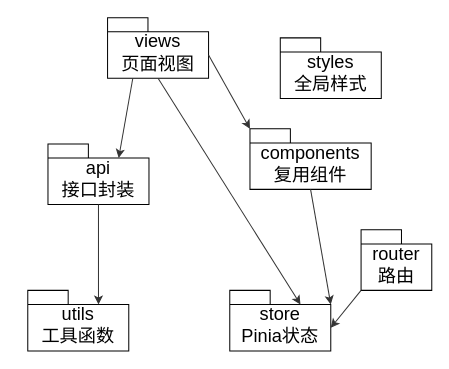
Above: docs/draw/02-frontend-package.drawio in this1is1i/ACSR (draw.io), before the change. Source tidied: cells renumbered, new cells numbered last; positions are measured from the earlier drawing's top-left corner, leaving out a move shared by most shapes. Both pictures are drawn from the tidied source at 101%, with x=0, y=0 at pixel (27, 17).
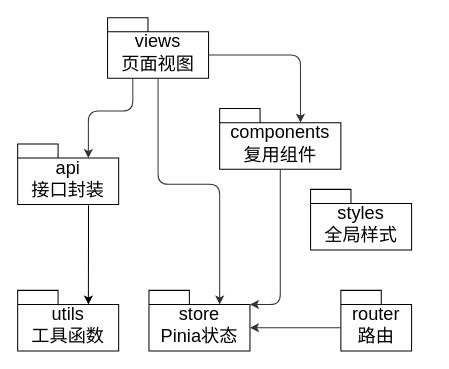
Above is the later version.

Commit message (it also covers changes not shown here):
docs: simplify Q45 package diagrams to local code modules only

Remove external libraries, show only local package dependencies:
- Frontend: views→components, views→api, api→utils, utils↔utils
- Backend: controller→service→repository→entity, service→client/graph
- Python: api→services→recommender/features, agent→models, env→data

Change to the diagram source:
```diff
@@
 <mxGraphModel>
   <root>
     <mxCell id="0" />
     <mxCell id="1" parent="0" />
     <mxCell id="2" value="views&lt;div&gt;页面视图&lt;/div&gt;" style="shape=folder;fontStyle=0;spacingTop=10;tabWidth=40;tabHeight=14;tabPosition=left;html=1;whiteSpace=wrap;fontSize=18;" parent="1" vertex="1">
       <mxGeometry x="79" width="100" height="60" as="geometry" />
     </mxCell>
     <mxCell id="3" value="components&lt;div&gt;复用组件&lt;/div&gt;" style="shape=folder;fontStyle=0;spacingTop=10;tabWidth=40;tabHeight=14;tabPosition=left;html=1;whiteSpace=wrap;fontSize=18;" parent="1" vertex="1">
-      <mxGeometry x="220" y="110" width="120" height="60" as="geometry" />
+      <mxGeometry x="190" y="90" width="120" height="60" as="geometry" />
     </mxCell>
     <mxCell id="4" value="router&lt;div&gt;路由&lt;/div&gt;" style="shape=folder;fontStyle=0;spacingTop=10;tabWidth=40;tabHeight=14;tabPosition=left;html=1;whiteSpace=wrap;fontSize=18;" parent="1" vertex="1">
-      <mxGeometry x="330" y="210" width="70" height="60" as="geometry" />
+      <mxGeometry x="310" y="270" width="70" height="60" as="geometry" />
     </mxCell>
     <mxCell id="5" value="store&lt;div&gt;Pinia状态&lt;/div&gt;" style="shape=folder;fontStyle=0;spacingTop=10;tabWidth=40;tabHeight=14;tabPosition=left;html=1;whiteSpace=wrap;fontSize=18;" parent="1" vertex="1">
-      <mxGeometry x="200" y="270" width="100" height="60" as="geometry" />
+      <mxGeometry x="120" y="270" width="100" height="60" as="geometry" />
     </mxCell>
     <mxCell id="6" value="api&lt;div&gt;接口封装&lt;/div&gt;" style="shape=folder;fontStyle=0;spacingTop=10;tabWidth=40;tabHeight=14;tabPosition=left;html=1;whiteSpace=wrap;fontSize=18;" parent="1" vertex="1">
-      <mxGeometry x="20" y="125" width="100" height="60" as="geometry" />
+      <mxGeometry x="-10" y="125" width="100" height="60" as="geometry" />
     </mxCell>
     <mxCell id="7" value="utils&lt;div&gt;工具函数&lt;/div&gt;" style="shape=folder;fontStyle=0;spacingTop=10;tabWidth=40;tabHeight=14;tabPosition=left;html=1;whiteSpace=wrap;fontSize=18;" parent="1" vertex="1">
-      <mxGeometry y="270" width="100" height="60" as="geometry" />
+      <mxGeometry x="-10" y="270" width="100" height="60" as="geometry" />
     </mxCell>
     <mxCell id="8" value="styles&lt;div&gt;全局样式&lt;/div&gt;" style="shape=folder;fontStyle=0;spacingTop=10;tabWidth=40;tabHeight=14;tabPosition=left;html=1;whiteSpace=wrap;fontSize=18;" parent="1" vertex="1">
-      <mxGeometry x="250" y="20" width="100" height="60" as="geometry" />
+      <mxGeometry x="280" y="170" width="100" height="60" as="geometry" />
     </mxCell>
-    <mxCell id="9" style="edgeStyle=orthogonalEdgeStyle;rounded=1;jettySize=auto;html=1;strokeColor=#333333;fontSize=18;exitX=0;exitY=0;exitDx=100;exitDy=37;exitPerimeter=0;noEdgeStyle=1;entryX=0;entryY=0;entryDx=0;entryDy=0;entryPerimeter=0;fontStyle=0;" parent="1" edge="1" source="2" target="3">
-      <mxGeometry relative="1" as="geometry" />
+    <mxCell id="9" style="edgeStyle=orthogonalEdgeStyle;rounded=1;jettySize=auto;html=1;strokeColor=#333333;fontSize=18;exitX=0;exitY=0;exitDx=100;exitDy=37;exitPerimeter=0;fontStyle=0;entryX=0;entryY=0;entryDx=80;entryDy=14;entryPerimeter=0;" parent="1" edge="1" source="2" target="3">
+      <mxGeometry relative="1" as="geometry">
+        <Array as="points">
+          <mxPoint x="270" y="37" />
+        </Array>
+      </mxGeometry>
     </mxCell>
-    <mxCell id="10" style="edgeStyle=orthogonalEdgeStyle;rounded=1;jettySize=auto;html=1;strokeColor=#333333;fontSize=18;exitX=0.25;exitY=1;exitDx=0;exitDy=0;exitPerimeter=0;noEdgeStyle=1;entryX=0;entryY=0;entryDx=70;entryDy=14;entryPerimeter=0;fontStyle=0;" parent="1" edge="1" source="2" target="6">
+    <mxCell id="10" style="edgeStyle=orthogonalEdgeStyle;rounded=1;jettySize=auto;html=1;strokeColor=#333333;fontSize=18;exitX=0.25;exitY=1;exitDx=0;exitDy=0;exitPerimeter=0;entryX=0;entryY=0;entryDx=70;entryDy=14;entryPerimeter=0;fontStyle=0;" parent="1" edge="1" source="2" target="6">
       <mxGeometry relative="1" as="geometry" />
     </mxCell>
-    <mxCell id="11" style="edgeStyle=orthogonalEdgeStyle;rounded=1;jettySize=auto;html=1;strokeColor=#333333;fontSize=18;exitX=0.5;exitY=1;exitDx=0;exitDy=0;exitPerimeter=0;entryX=0;entryY=0;entryDx=70;entryDy=14;entryPerimeter=0;noEdgeStyle=1;fontStyle=0;" parent="1" edge="1" source="2" target="5">
+    <mxCell id="11" style="edgeStyle=orthogonalEdgeStyle;rounded=1;jettySize=auto;html=1;strokeColor=#333333;fontSize=18;exitX=0.5;exitY=1;exitDx=0;exitDy=0;exitPerimeter=0;entryX=0;entryY=0;entryDx=70;entryDy=14;entryPerimeter=0;fontStyle=0;" parent="1" edge="1" source="2" target="5">
       <mxGeometry relative="1" as="geometry" />
     </mxCell>
-    <mxCell id="12" style="edgeStyle=orthogonalEdgeStyle;rounded=1;jettySize=auto;html=1;strokeColor=#333333;fontSize=18;exitX=0.5;exitY=1;exitDx=0;exitDy=0;exitPerimeter=0;entryX=0;entryY=0;entryDx=100;entryDy=14;entryPerimeter=0;noEdgeStyle=1;fontStyle=0;" parent="1" edge="1" source="3" target="5">
+    <mxCell id="12" style="edgeStyle=orthogonalEdgeStyle;rounded=1;jettySize=auto;html=1;strokeColor=#333333;fontSize=18;exitX=0.5;exitY=1;exitDx=0;exitDy=0;exitPerimeter=0;entryX=0;entryY=0;entryDx=100;entryDy=14;entryPerimeter=0;fontStyle=0;" parent="1" edge="1" source="3" target="5">
       <mxGeometry relative="1" as="geometry" />
     </mxCell>
+    <mxCell id="14" style="rounded=1;jettySize=auto;html=1;strokeColor=#333333;fontSize=18;entryX=0;entryY=0;entryDx=100;entryDy=37;entryPerimeter=0;exitX=0;exitY=0;exitDx=0;exitDy=37;exitPerimeter=0;fontStyle=0;edgeStyle=orthogonalEdgeStyle;" parent="1" edge="1" source="4" target="5">
+      <mxGeometry relative="1" as="geometry" />
+    </mxCell>
-    <mxCell id="13" style="rounded=1;jettySize=auto;html=1;strokeColor=#333333;fontSize=18;entryX=0;entryY=0;entryDx=70;entryDy=14;entryPerimeter=0;fontStyle=0;" parent="1" edge="1" source="6" target="7">
+    <mxCell id="13" style="edgeStyle=orthogonalEdgeStyle;rounded=0;jettySize=auto;html=1;exitX=0.701;exitY=1.012;exitDx=0;exitDy=0;exitPerimeter=0;entryX=0;entryY=0;entryDx=70;entryDy=14;entryPerimeter=0;" parent="1" edge="1" source="6" target="7">
       <mxGeometry relative="1" as="geometry" />
     </mxCell>
-    <mxCell id="14" style="rounded=1;jettySize=auto;html=1;strokeColor=#333333;fontSize=18;entryX=0;entryY=0;entryDx=100;entryDy=37;entryPerimeter=0;exitX=0;exitY=0;exitDx=0;exitDy=60;exitPerimeter=0;fontStyle=0;" parent="1" edge="1" source="4" target="5">
-      <mxGeometry relative="1" as="geometry" />
-    </mxCell>
   </root>
 </mxGraphModel>
```
